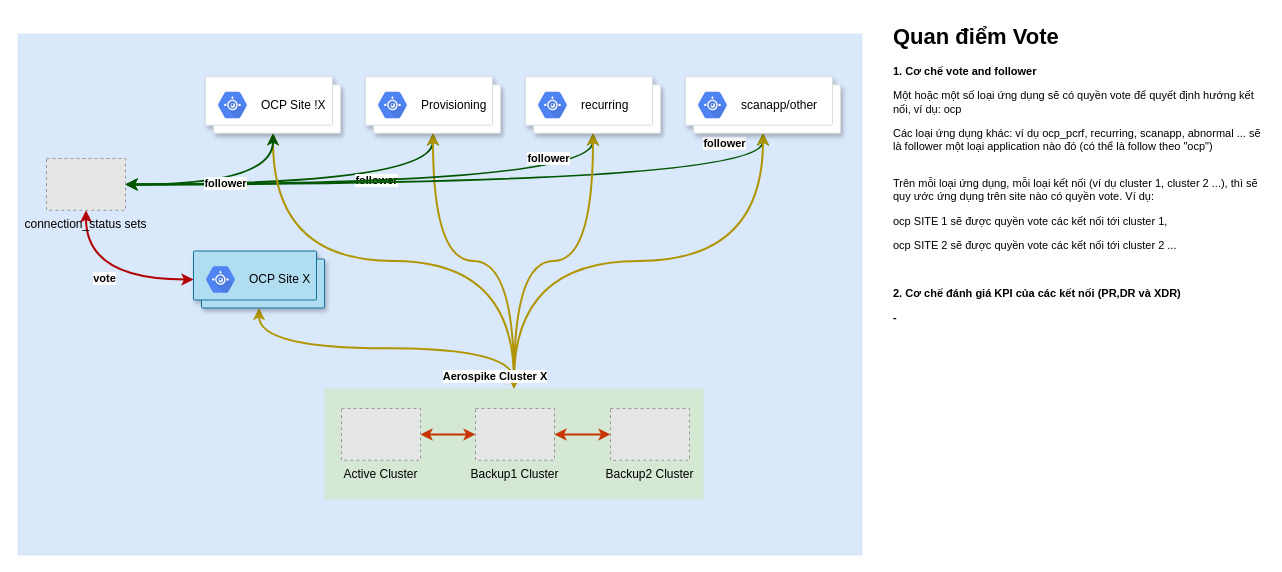
duongbkak55/work keeps this draw.io diagram as page "Page-2" (2 of 2) of vOCS3.0.drawio. Above is the earlier version. Source tidied: cells renumbered, new cells numbered last; positions are measured from the earlier drawing's top-left corner, leaving out a move shared by most shapes. Both pictures are drawn from the tidied source at 100%, with x=0, y=0 at pixel (17, 17). Pictures stored in the file or linked from it are replaced by grey dashed boxes.
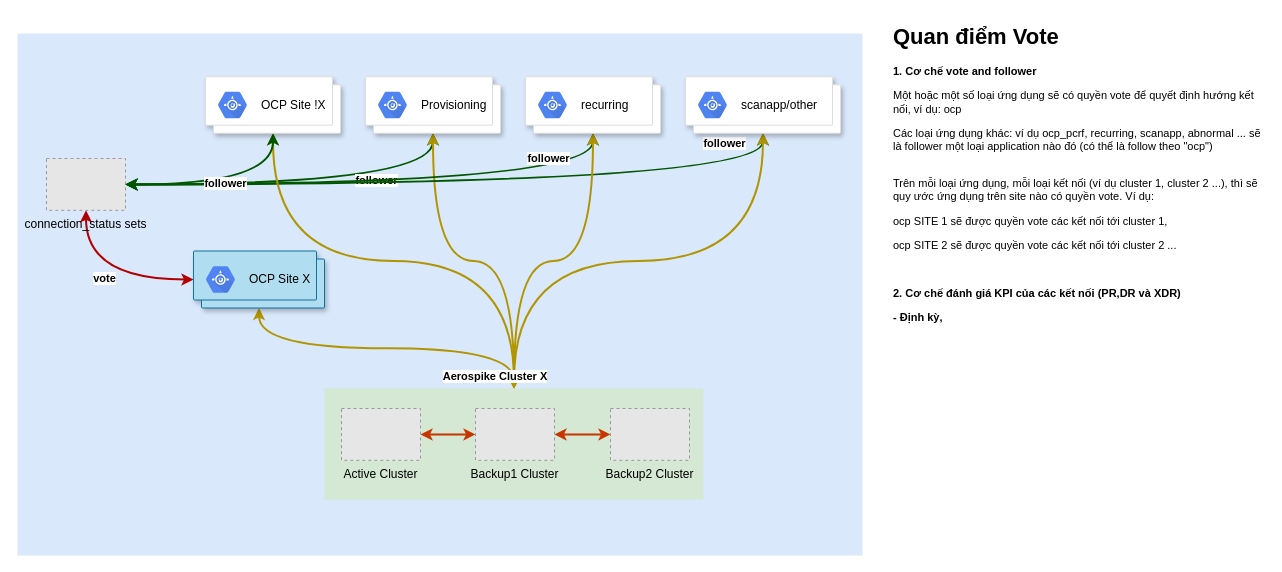
The same diagram, later.

The edit, as a diff of the source:
```diff
@@
-    <mxCell id="23" value="&lt;h1 style=&quot;margin-top: 0px;&quot;&gt;Quan điểm Vote&lt;/h1&gt;&lt;p&gt;1. Cơ chế vote and follower&lt;/p&gt;&lt;p&gt;&lt;span style=&quot;font-weight: normal;&quot;&gt;Một hoặc một số loại ứng dụng sẽ có quyền vote để quyết định hướng kết nối, ví dụ: ocp&lt;/span&gt;&lt;/p&gt;&lt;p&gt;&lt;span style=&quot;font-weight: normal;&quot;&gt;Các loại ứng dụng khác: ví dụ ocp_pcrf, recurring, scanapp, abnormal ... sẽ là follower một loại application nào đó (có thể là follow theo &quot;ocp&quot;)&lt;br&gt;&lt;br&gt;&lt;/span&gt;&lt;/p&gt;&lt;p&gt;&lt;span style=&quot;font-weight: normal;&quot;&gt;Trên mỗi loại ứng dụng, mỗi loại kết nối (ví dụ cluster 1, cluster 2 ...), thì sẽ quy ước ứng dụng trên site nào có quyền vote. Ví dụ:&lt;/span&gt;&lt;/p&gt;&lt;p&gt;&lt;span style=&quot;font-weight: normal;&quot;&gt;ocp SITE 1 sẽ được quyền vote các kết nối tới cluster 1,&lt;/span&gt;&lt;/p&gt;&lt;p&gt;&lt;span style=&quot;font-weight: 400;&quot;&gt;ocp SITE 2 sẽ được quyền vote các kết nối tới cluster 2 ...&lt;/span&gt;&lt;span style=&quot;font-weight: normal;&quot;&gt;&lt;br&gt;&lt;/span&gt;&lt;/p&gt;&lt;p&gt;&lt;span style=&quot;font-weight: 400;&quot;&gt;&lt;br&gt;&lt;/span&gt;&lt;/p&gt;&lt;p&gt;2. Cơ chế đánh giá KPI của các kết nối (PR,DR và XDR)&lt;/p&gt;&lt;p&gt;-&amp;nbsp;&lt;/p&gt;" style="text;html=1;whiteSpace=wrap;overflow=hidden;rounded=0;fontFamily=Helvetica;fontSize=11;fontColor=default;fontStyle=1;labelBackgroundColor=default;" parent="1" vertex="1">
+    <mxCell id="23" value="&lt;h1 style=&quot;margin-top: 0px;&quot;&gt;Quan điểm Vote&lt;/h1&gt;&lt;p&gt;1. Cơ chế vote and follower&lt;/p&gt;&lt;p&gt;&lt;span style=&quot;font-weight: normal;&quot;&gt;Một hoặc một số loại ứng dụng sẽ có quyền vote để quyết định hướng kết nối, ví dụ: ocp&lt;/span&gt;&lt;/p&gt;&lt;p&gt;&lt;span style=&quot;font-weight: normal;&quot;&gt;Các loại ứng dụng khác: ví dụ ocp_pcrf, recurring, scanapp, abnormal ... sẽ là follower một loại application nào đó (có thể là follow theo &quot;ocp&quot;)&lt;br&gt;&lt;br&gt;&lt;/span&gt;&lt;/p&gt;&lt;p&gt;&lt;span style=&quot;font-weight: normal;&quot;&gt;Trên mỗi loại ứng dụng, mỗi loại kết nối (ví dụ cluster 1, cluster 2 ...), thì sẽ quy ước ứng dụng trên site nào có quyền vote. Ví dụ:&lt;/span&gt;&lt;/p&gt;&lt;p&gt;&lt;span style=&quot;font-weight: normal;&quot;&gt;ocp SITE 1 sẽ được quyền vote các kết nối tới cluster 1,&lt;/span&gt;&lt;/p&gt;&lt;p&gt;&lt;span style=&quot;font-weight: 400;&quot;&gt;ocp SITE 2 sẽ được quyền vote các kết nối tới cluster 2 ...&lt;/span&gt;&lt;span style=&quot;font-weight: normal;&quot;&gt;&lt;br&gt;&lt;/span&gt;&lt;/p&gt;&lt;p&gt;&lt;span style=&quot;font-weight: 400;&quot;&gt;&lt;br&gt;&lt;/span&gt;&lt;/p&gt;&lt;p&gt;2. Cơ chế đánh giá KPI của các kết nối (PR,DR và XDR)&lt;/p&gt;&lt;p&gt;- Định kỳ,&amp;nbsp;&lt;/p&gt;" style="text;html=1;whiteSpace=wrap;overflow=hidden;rounded=0;fontFamily=Helvetica;fontSize=11;fontColor=default;fontStyle=1;labelBackgroundColor=default;" parent="1" vertex="1">
       <mxGeometry x="874" width="374" height="469" as="geometry" />
     </mxCell>
```
